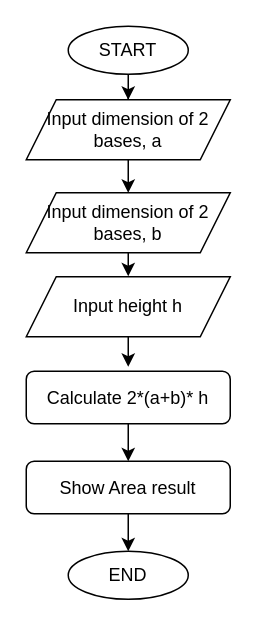
Above: DATA STRUCTURE AND  ALGORITHM/1.05 Area and perimeter of Circular Plot.drawio in buicaothe/PYTHON (draw.io), before the change. Source tidied: cells renumbered, new cells numbered last; positions are measured from the earlier drawing's top-left corner, leaving out a move shared by most shapes. Both pictures are drawn from the tidied source at 150%, with x=0, y=0 at pixel (26, 26).
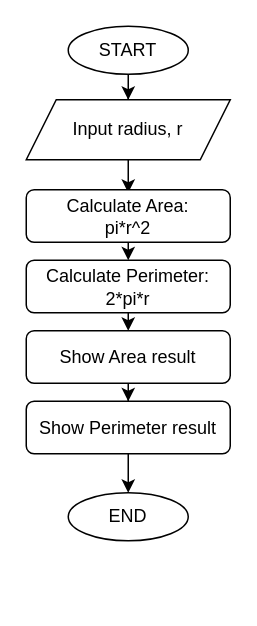
After the change.

What changed in the source:
```diff
@@
 <mxGraphModel>
   <root>
     <mxCell id="0" />
     <mxCell id="1" parent="0" />
     <mxCell id="2" style="edgeStyle=orthogonalEdgeStyle;rounded=0;jettySize=auto;html=1;entryX=0.5;entryY=0;entryDx=0;entryDy=0;" parent="1" edge="1" source="3" target="5">
       <mxGeometry relative="1" as="geometry" />
     </mxCell>
     <mxCell id="3" value="START" style="ellipse;whiteSpace=wrap;html=1;shapeInside=1;" parent="1" vertex="1">
       <mxGeometry x="28" width="80" height="32" as="geometry" />
     </mxCell>
-    <mxCell id="4" style="edgeStyle=orthogonalEdgeStyle;rounded=0;jettySize=auto;html=1;entryX=0.5;entryY=0;entryDx=0;entryDy=0;" parent="1" edge="1" source="5" target="7">
-      <mxGeometry relative="1" as="geometry" />
+    <mxCell id="4" style="edgeStyle=orthogonalEdgeStyle;rounded=0;jettySize=auto;html=1;entryX=0.5;entryY=0;entryDx=0;entryDy=0;" parent="1" edge="1" source="5">
+      <mxGeometry relative="1" as="geometry">
+        <mxPoint x="68" y="111" as="targetPoint" />
+      </mxGeometry>
     </mxCell>
-    <mxCell id="5" value="Input dimension of 2 bases, a" style="shape=parallelogram;perimeter=parallelogramPerimeter;whiteSpace=wrap;html=1;shapeInside=1;fixedSize=1;" parent="1" vertex="1">
+    <mxCell id="5" value="Input radius, r" style="shape=parallelogram;perimeter=parallelogramPerimeter;whiteSpace=wrap;html=1;shapeInside=1;fixedSize=1;" parent="1" vertex="1">
       <mxGeometry y="49" width="136" height="40" as="geometry" />
     </mxCell>
-    <mxCell id="6" style="edgeStyle=orthogonalEdgeStyle;rounded=0;jettySize=auto;html=1;exitX=0.5;exitY=1;exitDx=0;exitDy=0;" parent="1" edge="1" source="7">
-      <mxGeometry relative="1" as="geometry">
-        <mxPoint x="68" y="166.7" as="targetPoint" />
-      </mxGeometry>
-    </mxCell>
-    <mxCell id="7" value="Input dimension of 2 bases, b" style="shape=parallelogram;perimeter=parallelogramPerimeter;whiteSpace=wrap;html=1;shapeInside=1;fixedSize=1;" parent="1" vertex="1">
-      <mxGeometry y="111" width="136" height="40" as="geometry" />
-    </mxCell>
-    <mxCell id="8" style="edgeStyle=orthogonalEdgeStyle;rounded=0;jettySize=auto;html=1;entryX=0.5;entryY=0;entryDx=0;entryDy=0;" parent="1" edge="1" source="9" target="12">
-      <mxGeometry relative="1" as="geometry" />
-    </mxCell>
+    <mxCell id="16" style="edgeStyle=orthogonalEdgeStyle;rounded=0;jettySize=auto;html=1;exitX=0.5;exitY=1;exitDx=0;exitDy=0;entryX=0.5;entryY=0;entryDx=0;entryDy=0;" parent="1" edge="1" source="9" target="19">
+      <mxGeometry relative="1" as="geometry" />
+    </mxCell>
-    <mxCell id="9" value="Calculate 2*(a+b)* h" style="rounded=1;whiteSpace=wrap;html=1;" parent="1" vertex="1">
-      <mxGeometry y="230" width="136" height="35" as="geometry" />
+    <mxCell id="9" value="Calculate Area:&lt;div&gt;pi*r^2&lt;/div&gt;" style="rounded=1;whiteSpace=wrap;html=1;" parent="1" vertex="1">
+      <mxGeometry y="109" width="136" height="35" as="geometry" />
     </mxCell>
     <mxCell id="10" style="edgeStyle=orthogonalEdgeStyle;rounded=0;orthogonalLoop=1;jettySize=auto;html=1;innerLoopWaypoints=1;exitX=0.5;exitY=1;exitDx=0;exitDy=0;" parent="1" edge="1" source="9" target="9">
       <mxGeometry relative="1" as="geometry" />
     </mxCell>
-    <mxCell id="11" style="edgeStyle=orthogonalEdgeStyle;rounded=0;jettySize=auto;html=1;entryX=0.5;entryY=0;entryDx=0;entryDy=0;" parent="1" edge="1" source="12" target="13">
-      <mxGeometry relative="1" as="geometry" />
-    </mxCell>
+    <mxCell id="17" style="edgeStyle=orthogonalEdgeStyle;rounded=0;jettySize=auto;html=1;exitX=0.5;exitY=1;exitDx=0;exitDy=0;" parent="1" edge="1" source="12" target="21">
+      <mxGeometry relative="1" as="geometry" />
+    </mxCell>
     <mxCell id="12" value="Show Area result" style="rounded=1;whiteSpace=wrap;html=1;" parent="1" vertex="1">
-      <mxGeometry y="290" width="136" height="35" as="geometry" />
+      <mxGeometry y="203" width="136" height="35" as="geometry" />
     </mxCell>
     <mxCell id="13" value="END" style="ellipse;whiteSpace=wrap;html=1;shapeInside=1;" parent="1" vertex="1">
-      <mxGeometry x="28" y="350" width="80" height="32" as="geometry" />
+      <mxGeometry x="28" y="311" width="80" height="32" as="geometry" />
     </mxCell>
-    <mxCell id="14" style="edgeStyle=orthogonalEdgeStyle;rounded=0;jettySize=auto;html=1;" parent="1" edge="1" source="15">
-      <mxGeometry relative="1" as="geometry">
-        <mxPoint x="68" y="227.2" as="targetPoint" />
-      </mxGeometry>
-    </mxCell>
-    <mxCell id="15" value="Input height h" style="shape=parallelogram;perimeter=parallelogramPerimeter;whiteSpace=wrap;html=1;shapeInside=1;fixedSize=1;" parent="1" vertex="1">
-      <mxGeometry y="167" width="136" height="40" as="geometry" />
-    </mxCell>
+    <mxCell id="18" style="edgeStyle=orthogonalEdgeStyle;rounded=0;jettySize=auto;html=1;exitX=0.5;exitY=1;exitDx=0;exitDy=0;entryX=0.5;entryY=0;entryDx=0;entryDy=0;" parent="1" edge="1" source="19" target="12">
+      <mxGeometry relative="1" as="geometry" />
+    </mxCell>
+    <mxCell id="19" value="Calculate Perimeter:&lt;div&gt;2*pi*r&lt;/div&gt;" style="rounded=1;whiteSpace=wrap;html=1;" parent="1" vertex="1">
+      <mxGeometry y="156" width="136" height="35" as="geometry" />
+    </mxCell>
+    <mxCell id="20" style="edgeStyle=orthogonalEdgeStyle;rounded=0;jettySize=auto;html=1;" parent="1" edge="1" source="21" target="13">
+      <mxGeometry relative="1" as="geometry" />
+    </mxCell>
+    <mxCell id="21" value="Show Perimeter result" style="rounded=1;whiteSpace=wrap;html=1;" parent="1" vertex="1">
+      <mxGeometry y="250" width="136" height="35" as="geometry" />
+    </mxCell>
   </root>
 </mxGraphModel>
```
